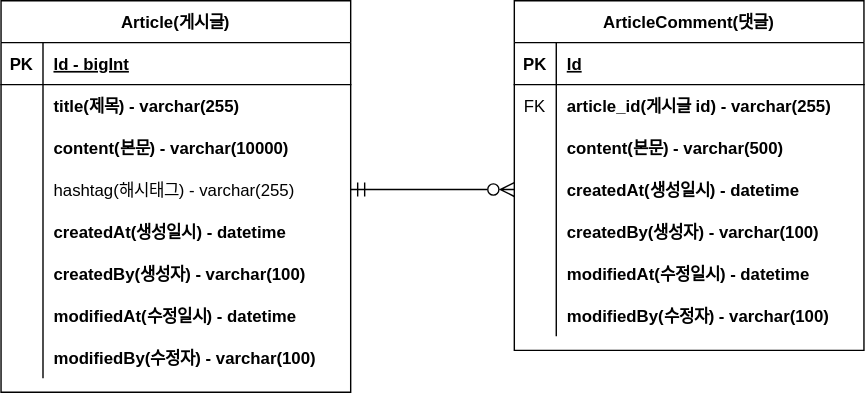
Above: document/project-board-erd.svg in Changho0514/neat-board (draw.io), before the change. Source tidied: cells renumbered, new cells last; positions are measured from the earlier drawing's top-left corner, leaving out a move shared by most shapes.
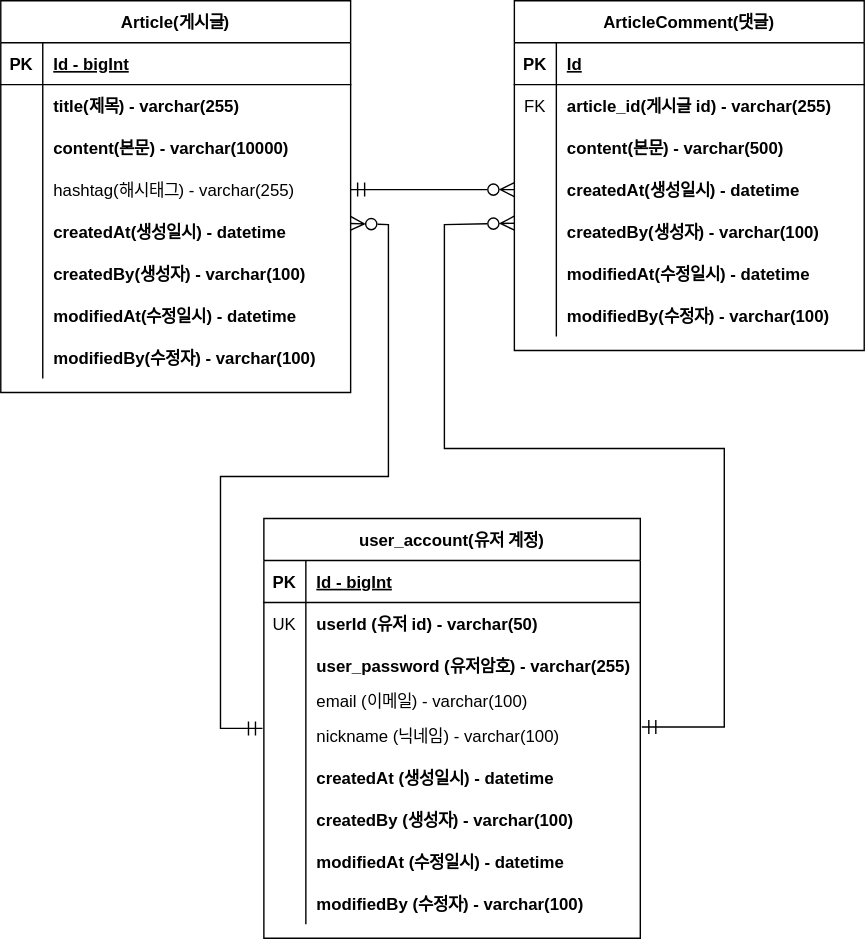
After the change.

Commit message:
#20-유저계정 : project-board-erd.svg 업데이트

The edit, as a diff of the source:
```diff
@@ -146,5 +146,110 @@
     <mxCell id="49" style="edgeStyle=none;curved=1;rounded=0;jettySize=auto;html=1;exitX=1;exitY=0.5;exitDx=0;exitDy=0;entryX=0;entryY=0.5;entryDx=0;entryDy=0;fontSize=12;startSize=8;endSize=8;startArrow=ERmandOne;startFill=0;endArrow=ERzeroToMany;endFill=0;" parent="1" edge="1" source="12" target="37">
       <mxGeometry relative="1" as="geometry" />
     </mxCell>
+    <mxCell id="50" value="user_account(유저 계정)" style="shape=table;startSize=30;rowLines=0;fontStyle=1;align=center;" parent="1" vertex="1">
+      <mxGeometry x="188" y="370" width="269" height="300" as="geometry" />
+    </mxCell>
+    <mxCell id="51" style="shape=partialRectangle;fillColor=none;top=0;left=0;right=0;bottom=1;" parent="50" vertex="1">
+      <mxGeometry y="30" width="269" height="30" as="geometry" />
+    </mxCell>
+    <mxCell id="52" value="PK" style="shape=partialRectangle;overflow=hidden;fillColor=none;top=0;left=0;bottom=0;right=0;fontStyle=1;" parent="51" vertex="1">
+      <mxGeometry width="30" height="30" as="geometry" />
+    </mxCell>
+    <mxCell id="53" value="Id - bigInt" style="shape=partialRectangle;overflow=hidden;fillColor=none;top=0;left=0;bottom=0;right=0;align=left;spacingLeft=6;fontStyle=5;" parent="51" vertex="1">
+      <mxGeometry x="30" width="239" height="30" as="geometry" />
+    </mxCell>
+    <mxCell id="54" style="shape=partialRectangle;fillColor=none;top=0;left=0;right=0;bottom=0;" parent="50" vertex="1">
+      <mxGeometry y="60" width="269" height="30" as="geometry" />
+    </mxCell>
+    <mxCell id="55" value="UK" style="shape=partialRectangle;overflow=hidden;fillColor=none;top=0;left=0;bottom=0;right=0;" parent="54" vertex="1">
+      <mxGeometry width="30" height="30" as="geometry" />
+    </mxCell>
+    <mxCell id="56" value="userId (유저 id) - varchar(50)" style="shape=partialRectangle;overflow=hidden;fillColor=none;top=0;left=0;bottom=0;right=0;align=left;spacingLeft=6;fontStyle=1;" parent="54" vertex="1">
+      <mxGeometry x="30" width="239" height="30" as="geometry" />
+    </mxCell>
+    <mxCell id="57" style="shape=partialRectangle;fillColor=none;top=0;left=0;right=0;bottom=0;" parent="50" vertex="1">
+      <mxGeometry y="90" width="269" height="30" as="geometry" />
+    </mxCell>
+    <mxCell id="58" style="shape=partialRectangle;overflow=hidden;fillColor=none;top=0;left=0;bottom=0;right=0;" parent="57" vertex="1">
+      <mxGeometry width="30" height="30" as="geometry" />
+    </mxCell>
+    <mxCell id="59" value="user_password (유저암호) - varchar(255)" style="shape=partialRectangle;overflow=hidden;fillColor=none;top=0;left=0;bottom=0;right=0;align=left;spacingLeft=6;fontStyle=1;" parent="57" vertex="1">
+      <mxGeometry x="30" width="239" height="30" as="geometry" />
+    </mxCell>
+    <mxCell id="60" style="shape=partialRectangle;fillColor=none;top=0;left=0;right=0;bottom=0;" parent="50" vertex="1">
+      <mxGeometry y="120" width="269" height="20" as="geometry" />
+    </mxCell>
+    <mxCell id="61" style="shape=partialRectangle;overflow=hidden;fillColor=none;top=0;left=0;bottom=0;right=0;" parent="60" vertex="1">
+      <mxGeometry width="30" height="20" as="geometry" />
+    </mxCell>
+    <mxCell id="62" value="email (이메일) - varchar(100)" style="shape=partialRectangle;overflow=hidden;fillColor=none;top=0;left=0;bottom=0;right=0;align=left;spacingLeft=6;" parent="60" vertex="1">
+      <mxGeometry x="30" width="239" height="20" as="geometry" />
+    </mxCell>
+    <mxCell id="63" style="shape=partialRectangle;fillColor=none;points=[[0,0.5],[1,0.5]];portConstraint=eastwest;top=0;left=0;right=0;bottom=0;" parent="50" vertex="1">
+      <mxGeometry y="140" width="269" height="30" as="geometry" />
+    </mxCell>
+    <mxCell id="64" style="shape=partialRectangle;overflow=hidden;fillColor=none;top=0;left=0;bottom=0;right=0;" parent="63" vertex="1">
+      <mxGeometry width="30" height="30" as="geometry" />
+    </mxCell>
+    <mxCell id="65" value="nickname (닉네임) - varchar(100)" style="shape=partialRectangle;overflow=hidden;fillColor=none;top=0;left=0;bottom=0;right=0;align=left;spacingLeft=6;fontStyle=0;" parent="63" vertex="1">
+      <mxGeometry x="30" width="239" height="30" as="geometry" />
+    </mxCell>
+    <mxCell id="66" style="shape=partialRectangle;fillColor=none;top=0;left=0;right=0;bottom=0;" parent="50" vertex="1">
+      <mxGeometry y="170" width="269" height="30" as="geometry" />
+    </mxCell>
+    <mxCell id="67" style="shape=partialRectangle;overflow=hidden;fillColor=none;top=0;left=0;bottom=0;right=0;" parent="66" vertex="1">
+      <mxGeometry width="30" height="30" as="geometry" />
+    </mxCell>
+    <mxCell id="68" value="createdAt (생성일시) - datetime" style="shape=partialRectangle;overflow=hidden;fillColor=none;top=0;left=0;bottom=0;right=0;align=left;spacingLeft=6;fontStyle=1;" parent="66" vertex="1">
+      <mxGeometry x="30" width="239" height="30" as="geometry" />
+    </mxCell>
+    <mxCell id="69" style="shape=partialRectangle;fillColor=none;top=0;left=0;right=0;bottom=0;" parent="50" vertex="1">
+      <mxGeometry y="200" width="269" height="30" as="geometry" />
+    </mxCell>
+    <mxCell id="70" style="shape=partialRectangle;overflow=hidden;fillColor=none;top=0;left=0;bottom=0;right=0;" parent="69" vertex="1">
+      <mxGeometry width="30" height="30" as="geometry" />
+    </mxCell>
+    <mxCell id="71" value="createdBy (생성자) - varchar(100)" style="shape=partialRectangle;overflow=hidden;fillColor=none;top=0;left=0;bottom=0;right=0;align=left;spacingLeft=6;fontStyle=1;" parent="69" vertex="1">
+      <mxGeometry x="30" width="239" height="30" as="geometry" />
+    </mxCell>
+    <mxCell id="72" style="shape=partialRectangle;fillColor=none;top=0;left=0;right=0;bottom=0;" parent="50" vertex="1">
+      <mxGeometry y="230" width="269" height="30" as="geometry" />
+    </mxCell>
+    <mxCell id="73" style="shape=partialRectangle;overflow=hidden;fillColor=none;top=0;left=0;bottom=0;right=0;" parent="72" vertex="1">
+      <mxGeometry width="30" height="30" as="geometry" />
+    </mxCell>
+    <mxCell id="74" value="modifiedAt (수정일시) - datetime" style="shape=partialRectangle;overflow=hidden;fillColor=none;top=0;left=0;bottom=0;right=0;align=left;spacingLeft=6;fontStyle=1;" parent="72" vertex="1">
+      <mxGeometry x="30" width="239" height="30" as="geometry" />
+    </mxCell>
+    <mxCell id="75" style="shape=partialRectangle;fillColor=none;top=0;left=0;right=0;bottom=0;" parent="50" vertex="1">
+      <mxGeometry y="260" width="269" height="30" as="geometry" />
+    </mxCell>
+    <mxCell id="76" style="shape=partialRectangle;overflow=hidden;fillColor=none;top=0;left=0;bottom=0;right=0;" parent="75" vertex="1">
+      <mxGeometry width="30" height="30" as="geometry" />
+    </mxCell>
+    <mxCell id="77" value="modifiedBy (수정자) - varchar(100)" style="shape=partialRectangle;overflow=hidden;fillColor=none;top=0;left=0;bottom=0;right=0;align=left;spacingLeft=6;fontStyle=1;" parent="75" vertex="1">
+      <mxGeometry x="30" width="239" height="30" as="geometry" />
+    </mxCell>
+    <mxCell id="78" style="edgeStyle=none;rounded=0;jettySize=auto;html=1;exitX=0;exitY=0.3;exitDx=0;exitDy=0;fontSize=12;startSize=8;endSize=8;entryX=1.004;entryY=0.3;entryDx=0;entryDy=0;entryPerimeter=0;exitPerimeter=0;endArrow=ERmandOne;endFill=0;startArrow=ERzeroToMany;startFill=0;" parent="1" edge="1" source="40" target="63">
+      <mxGeometry relative="1" as="geometry">
+        <Array as="points">
+          <mxPoint x="317" y="160" />
+          <mxPoint x="317" y="320" />
+          <mxPoint x="517" y="320" />
+          <mxPoint x="517" y="519" />
+        </Array>
+      </mxGeometry>
+    </mxCell>
+    <mxCell id="79" style="edgeStyle=none;rounded=0;jettySize=auto;html=1;exitX=0.999;exitY=0.306;exitDx=0;exitDy=0;fontSize=12;startSize=8;endSize=8;exitPerimeter=0;endArrow=ERmandOne;endFill=0;startArrow=ERzeroToMany;startFill=0;" parent="1" edge="1" source="15">
+      <mxGeometry relative="1" as="geometry">
+        <mxPoint x="187" y="520" as="targetPoint" />
+        <Array as="points">
+          <mxPoint x="277" y="160" />
+          <mxPoint x="277" y="340" />
+          <mxPoint x="157" y="340" />
+          <mxPoint x="157" y="520" />
+        </Array>
+      </mxGeometry>
+    </mxCell>
   </root>
 </mxGraphModel>
```
